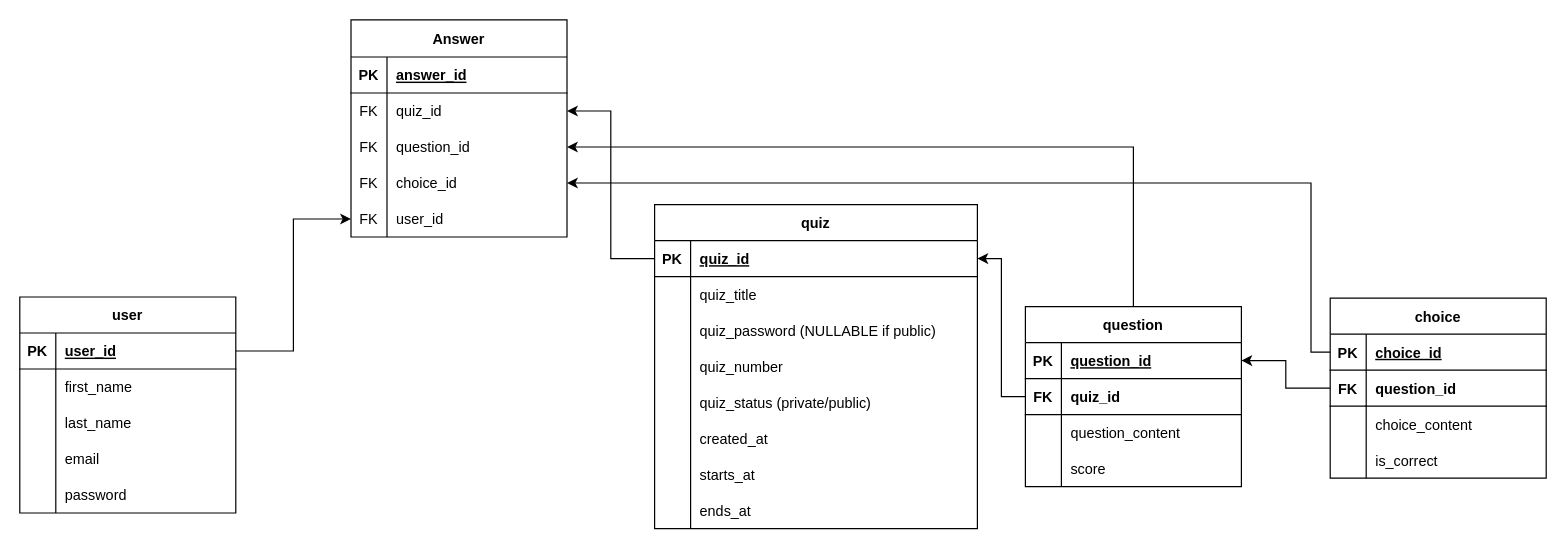
Before: erd.drawio in jinwu09/GContest, a draw.io diagram. Source tidied: cells renumbered, new cells numbered last; positions are measured from the earlier drawing's top-left corner, leaving out a move shared by most shapes. Both pictures are drawn from the tidied source at 120%, with x=0, y=0 at pixel (19, 19).
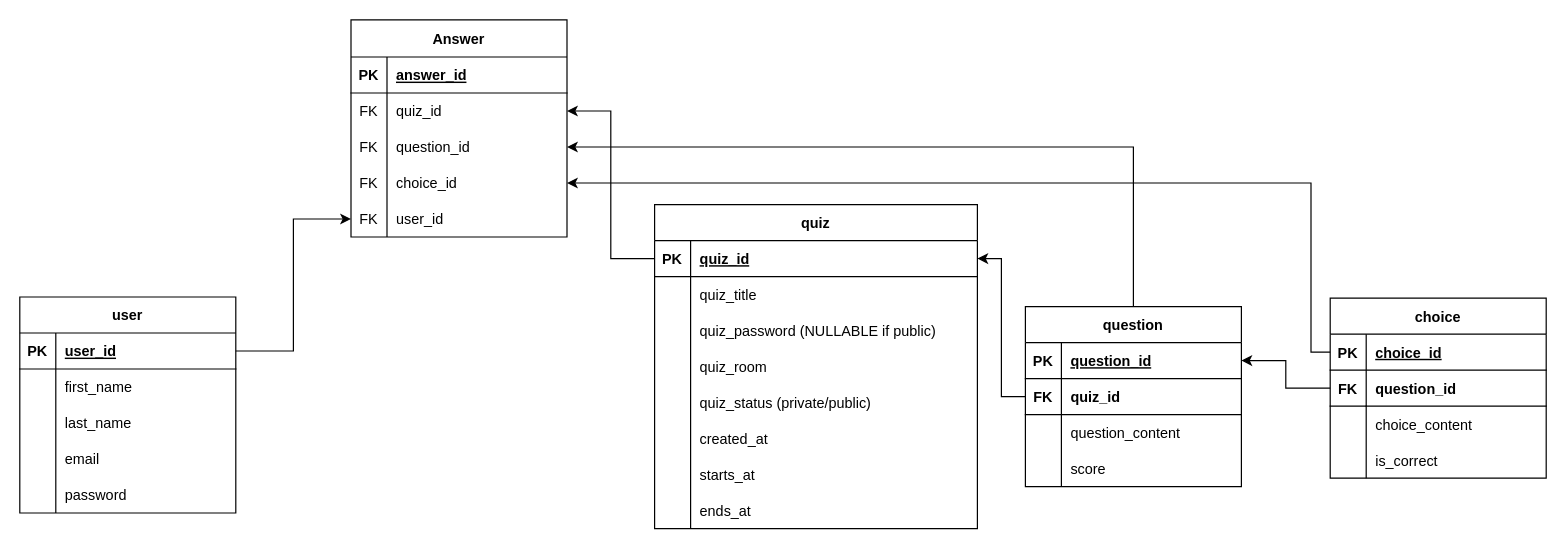
The same page after the edit.

Unchanged cells that the change refers to:
```xml
<mxCell id="28" style="shape=tableRow;horizontal=0;startSize=0;swimlaneHead=0;swimlaneBody=0;fillColor=none;top=0;left=0;right=0;bottom=0;" parent="18" vertex="1">
  <mxGeometry y="120" width="269" height="30" as="geometry" />
</mxCell>
```

What changed in the source:
```diff
@@
-    <mxCell id="30" value="quiz_number" style="shape=partialRectangle;fillColor=none;top=0;left=0;bottom=0;right=0;align=left;spacingLeft=6;overflow=hidden;" parent="28" vertex="1">
+    <mxCell id="30" value="quiz_room" style="shape=partialRectangle;fillColor=none;top=0;left=0;bottom=0;right=0;align=left;spacingLeft=6;overflow=hidden;" parent="28" vertex="1">
       <mxGeometry x="30" width="239" height="30" as="geometry" />
     </mxCell>
```
